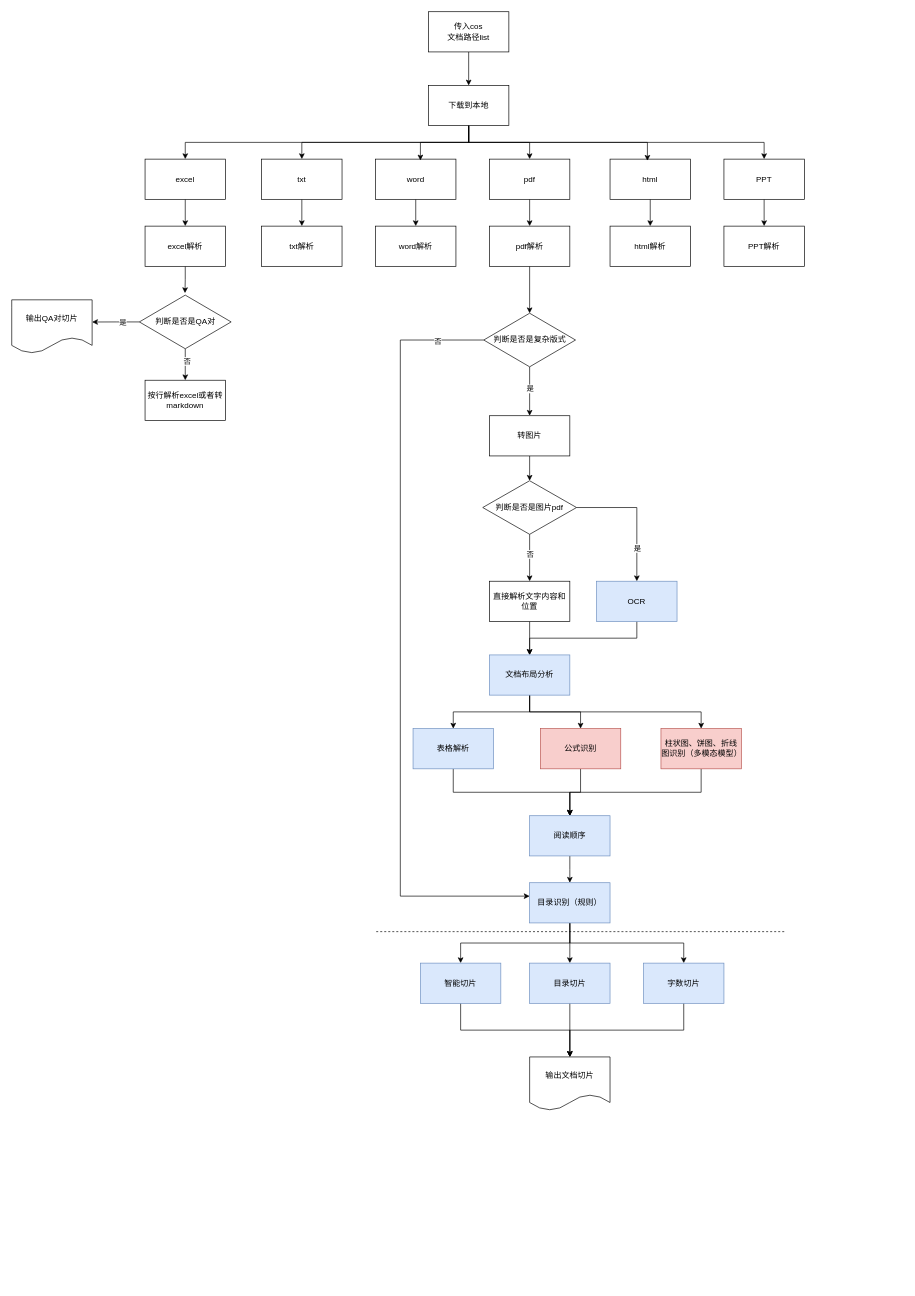
Before: Untitled Diagram.drawio in archwolf118/AI, a draw.io diagram. Source tidied: cells renumbered, new cells numbered last; positions are measured from the earlier drawing's top-left corner, leaving out a move shared by most shapes. Both pictures are drawn from the tidied source at 67%, with x=0, y=0 at pixel (11, 11).
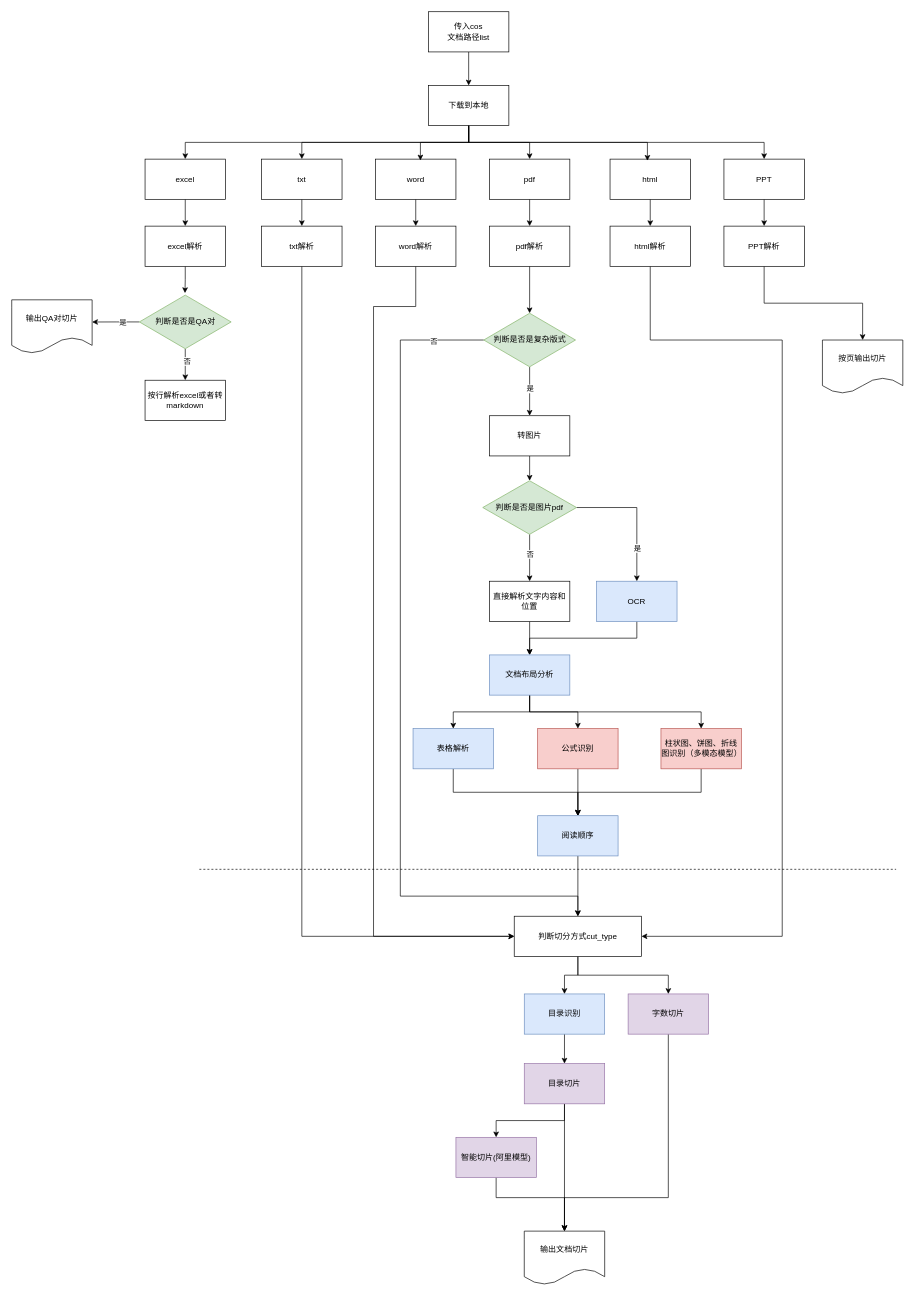
The same page after the edit.

Unchanged cells that the change refers to:
```xml
<mxCell id="49" value="html解析" style="rounded=0;whiteSpace=wrap;html=1;" parent="1" vertex="1">
  <mxGeometry x="893" y="320" width="120" height="60" as="geometry" />
</mxCell>
<mxCell id="50" value="PPT解析" style="rounded=0;whiteSpace=wrap;html=1;" parent="1" vertex="1">
  <mxGeometry x="1063" y="320" width="120" height="60" as="geometry" />
</mxCell>
<mxCell id="54" value="word解析" style="rounded=0;whiteSpace=wrap;html=1;" parent="1" vertex="1">
  <mxGeometry x="543" y="320" width="120" height="60" as="geometry" />
</mxCell>
<mxCell id="55" value="txt解析" style="rounded=0;whiteSpace=wrap;html=1;" parent="1" vertex="1">
  <mxGeometry x="373" y="320" width="120" height="60" as="geometry" />
</mxCell>
```

Diff of the diagram source:
```diff
@@
-    <mxCell id="29" value="判断是否是图片pdf" style="rhombus;whiteSpace=wrap;html=1;" parent="1" vertex="1">
+    <mxCell id="29" value="判断是否是图片pdf" style="rhombus;whiteSpace=wrap;html=1;fillColor=#d5e8d4;strokeColor=#82b366;" parent="1" vertex="1">
       <mxGeometry x="703" y="700" width="140" height="80" as="geometry" />
     </mxCell>
@@
     <mxCell id="41" value="公式识别" style="rounded=0;whiteSpace=wrap;html=1;fillColor=#f8cecc;strokeColor=#b85450;" parent="1" vertex="1">
-      <mxGeometry x="789" y="1070" width="120" height="60" as="geometry" />
+      <mxGeometry x="785" y="1070" width="120" height="60" as="geometry" />
     </mxCell>
@@
-    <mxCell id="48" value="判断是否是QA对" style="rhombus;whiteSpace=wrap;html=1;" parent="1" vertex="1">
+    <mxCell id="48" value="判断是否是QA对" style="rhombus;whiteSpace=wrap;html=1;fillColor=#d5e8d4;strokeColor=#82b366;" parent="1" vertex="1">
       <mxGeometry x="190.5" y="423" width="137" height="80" as="geometry" />
     </mxCell>
+    <mxCell id="78" style="edgeStyle=orthogonalEdgeStyle;rounded=0;jettySize=auto;html=1;exitX=0.5;exitY=1;exitDx=0;exitDy=0;entryX=1;entryY=0.5;entryDx=0;entryDy=0;" parent="1" edge="1" source="49" target="86">
+      <mxGeometry relative="1" as="geometry">
+        <Array as="points">
+          <mxPoint x="953" y="490" />
+          <mxPoint x="1150" y="490" />
+          <mxPoint x="1150" y="1380" />
+        </Array>
+      </mxGeometry>
+    </mxCell>
@@
+    <mxCell id="79" style="edgeStyle=orthogonalEdgeStyle;rounded=0;jettySize=auto;html=1;exitX=0.5;exitY=1;exitDx=0;exitDy=0;entryX=0.5;entryY=0;entryDx=0;entryDy=0;" parent="1" edge="1" source="50" target="87">
+      <mxGeometry relative="1" as="geometry" />
+    </mxCell>
@@
+    <mxCell id="80" style="edgeStyle=orthogonalEdgeStyle;rounded=0;jettySize=auto;html=1;exitX=0.5;exitY=1;exitDx=0;exitDy=0;entryX=0;entryY=0.5;entryDx=0;entryDy=0;" parent="1" edge="1" source="54" target="86">
+      <mxGeometry relative="1" as="geometry">
+        <Array as="points">
+          <mxPoint x="603" y="440" />
+          <mxPoint x="540" y="440" />
+          <mxPoint x="540" y="1380" />
+        </Array>
+      </mxGeometry>
+    </mxCell>
@@
+    <mxCell id="81" style="edgeStyle=orthogonalEdgeStyle;rounded=0;jettySize=auto;html=1;exitX=0.5;exitY=1;exitDx=0;exitDy=0;entryX=0;entryY=0.5;entryDx=0;entryDy=0;" parent="1" edge="1" source="55" target="86">
+      <mxGeometry relative="1" as="geometry" />
+    </mxCell>
@@
-    <mxCell id="56" style="edgeStyle=orthogonalEdgeStyle;rounded=0;jettySize=auto;html=1;exitX=0.5;exitY=1;exitDx=0;exitDy=0;" parent="1" edge="1" source="57">
-      <mxGeometry relative="1" as="geometry">
-        <mxPoint x="833" y="1300" as="targetPoint" />
-      </mxGeometry>
-    </mxCell>
+    <mxCell id="82" style="edgeStyle=orthogonalEdgeStyle;rounded=0;jettySize=auto;html=1;exitX=0.5;exitY=1;exitDx=0;exitDy=0;entryX=0.5;entryY=0;entryDx=0;entryDy=0;" parent="1" edge="1" source="57" target="86">
+      <mxGeometry relative="1" as="geometry" />
+    </mxCell>
     <mxCell id="57" value="阅读顺序" style="rounded=0;whiteSpace=wrap;html=1;fillColor=#dae8fc;strokeColor=#6c8ebf;" parent="1" vertex="1">
-      <mxGeometry x="773" y="1200" width="120" height="60" as="geometry" />
+      <mxGeometry x="785" y="1200" width="120" height="60" as="geometry" />
     </mxCell>
-    <mxCell id="58" style="edgeStyle=orthogonalEdgeStyle;rounded=0;jettySize=auto;html=1;exitX=0.5;exitY=1;exitDx=0;exitDy=0;entryX=0.5;entryY=0;entryDx=0;entryDy=0;" parent="1" edge="1" source="61" target="63">
-      <mxGeometry relative="1" as="geometry" />
-    </mxCell>
@@
-    <mxCell id="60" style="edgeStyle=orthogonalEdgeStyle;rounded=0;jettySize=auto;html=1;exitX=0.5;exitY=1;exitDx=0;exitDy=0;entryX=0.5;entryY=0;entryDx=0;entryDy=0;" parent="1" edge="1" source="61" target="67">
-      <mxGeometry relative="1" as="geometry" />
-    </mxCell>
-    <mxCell id="61" value="目录识别（规则&lt;span style=&quot;background-color: initial;&quot;&gt;）&lt;/span&gt;" style="rounded=0;whiteSpace=wrap;html=1;fillColor=#dae8fc;strokeColor=#6c8ebf;" parent="1" vertex="1">
-      <mxGeometry x="773" y="1300" width="120" height="60" as="geometry" />
+    <mxCell id="61" value="目录识别" style="rounded=0;whiteSpace=wrap;html=1;fillColor=#dae8fc;strokeColor=#6c8ebf;" parent="1" vertex="1">
+      <mxGeometry x="765" y="1466" width="120" height="60" as="geometry" />
     </mxCell>
     <mxCell id="62" style="edgeStyle=orthogonalEdgeStyle;rounded=0;jettySize=auto;html=1;exitX=0.5;exitY=1;exitDx=0;exitDy=0;entryX=0.5;entryY=0;entryDx=0;entryDy=0;" parent="1" edge="1" source="63" target="68">
-      <mxGeometry relative="1" as="geometry" />
+      <mxGeometry relative="1" as="geometry">
+        <Array as="points">
+          <mxPoint x="723" y="1770" />
+          <mxPoint x="825" y="1770" />
+        </Array>
+      </mxGeometry>
     </mxCell>
-    <mxCell id="63" value="智能切片" style="rounded=0;whiteSpace=wrap;html=1;fillColor=#dae8fc;strokeColor=#6c8ebf;" parent="1" vertex="1">
-      <mxGeometry x="610" y="1420" width="120" height="60" as="geometry" />
+    <mxCell id="63" value="智能切片(阿里模型)" style="rounded=0;whiteSpace=wrap;html=1;fillColor=#e1d5e7;strokeColor=#9673a6;" parent="1" vertex="1">
+      <mxGeometry x="663" y="1680" width="120" height="60" as="geometry" />
     </mxCell>
+    <mxCell id="83" style="edgeStyle=orthogonalEdgeStyle;rounded=0;jettySize=auto;html=1;exitX=0.5;exitY=1;exitDx=0;exitDy=0;entryX=0.5;entryY=0;entryDx=0;entryDy=0;" parent="1" edge="1" source="65" target="63">
+      <mxGeometry relative="1" as="geometry" />
+    </mxCell>
@@
-    <mxCell id="65" value="目录切片" style="rounded=0;whiteSpace=wrap;html=1;fillColor=#dae8fc;strokeColor=#6c8ebf;" parent="1" vertex="1">
-      <mxGeometry x="773" y="1420" width="120" height="60" as="geometry" />
+    <mxCell id="65" value="目录切片" style="rounded=0;whiteSpace=wrap;html=1;fillColor=#e1d5e7;strokeColor=#9673a6;" parent="1" vertex="1">
+      <mxGeometry x="765" y="1570" width="120" height="60" as="geometry" />
     </mxCell>
     <mxCell id="66" style="edgeStyle=orthogonalEdgeStyle;rounded=0;jettySize=auto;html=1;exitX=0.5;exitY=1;exitDx=0;exitDy=0;entryX=0.5;entryY=0;entryDx=0;entryDy=0;" parent="1" edge="1" source="67" target="68">
-      <mxGeometry relative="1" as="geometry" />
+      <mxGeometry relative="1" as="geometry">
+        <Array as="points">
+          <mxPoint x="980" y="1770" />
+          <mxPoint x="825" y="1770" />
+        </Array>
+      </mxGeometry>
     </mxCell>
-    <mxCell id="67" value="字数切片" style="rounded=0;whiteSpace=wrap;html=1;fillColor=#dae8fc;strokeColor=#6c8ebf;" parent="1" vertex="1">
-      <mxGeometry x="943" y="1420" width="120" height="60" as="geometry" />
+    <mxCell id="67" value="字数切片" style="rounded=0;whiteSpace=wrap;html=1;fillColor=#e1d5e7;strokeColor=#9673a6;" parent="1" vertex="1">
+      <mxGeometry x="920" y="1466" width="120" height="60" as="geometry" />
     </mxCell>
     <mxCell id="68" value="输出文档切片" style="shape=document;whiteSpace=wrap;html=1;boundedLbl=1;" parent="1" vertex="1">
-      <mxGeometry x="773" y="1560" width="120" height="80" as="geometry" />
+      <mxGeometry x="765" y="1820" width="120" height="80" as="geometry" />
     </mxCell>
@@
     <mxCell id="70" style="endArrow=none;dashed=1;html=1;rounded=0;" parent="1" edge="1">
       <mxGeometry relative="1" as="geometry">
-        <mxPoint x="544" y="1373" as="sourcePoint" />
-        <mxPoint x="1154" y="1373" as="targetPoint" />
+        <mxPoint x="280" y="1280" as="sourcePoint" />
+        <mxPoint x="1320" y="1280" as="targetPoint" />
       </mxGeometry>
     </mxCell>
@@
-    <mxCell id="73" style="edgeStyle=orthogonalEdgeStyle;rounded=0;jettySize=auto;html=1;exitX=0;exitY=0.5;exitDx=0;exitDy=0;entryX=0;entryY=0.5;entryDx=0;entryDy=0;" parent="1" edge="1" source="77">
+    <mxCell id="73" style="edgeStyle=orthogonalEdgeStyle;rounded=0;jettySize=auto;html=1;exitX=0;exitY=0.5;exitDx=0;exitDy=0;entryX=0.5;entryY=0;entryDx=0;entryDy=0;" parent="1" edge="1" source="77" target="86">
       <mxGeometry relative="1" as="geometry">
-        <mxPoint x="773" y="1320" as="targetPoint" />
         <Array as="points">
           <mxPoint x="580" y="490" />
           <mxPoint x="580" y="1320" />
+          <mxPoint x="845" y="1320" />
         </Array>
       </mxGeometry>
     </mxCell>
@@
-    <mxCell id="77" value="判断是否是复杂版式" style="rhombus;whiteSpace=wrap;html=1;" parent="1" vertex="1">
+    <mxCell id="77" value="判断是否是复杂版式" style="rhombus;whiteSpace=wrap;html=1;fillColor=#d5e8d4;strokeColor=#82b366;" parent="1" vertex="1">
       <mxGeometry x="704.5" y="450" width="137" height="80" as="geometry" />
     </mxCell>
+    <mxCell id="84" style="edgeStyle=orthogonalEdgeStyle;rounded=0;jettySize=auto;html=1;exitX=0.5;exitY=1;exitDx=0;exitDy=0;entryX=0.5;entryY=0;entryDx=0;entryDy=0;" parent="1" edge="1" source="86" target="61">
+      <mxGeometry relative="1" as="geometry" />
+    </mxCell>
+    <mxCell id="85" style="edgeStyle=orthogonalEdgeStyle;rounded=0;jettySize=auto;html=1;exitX=0.5;exitY=1;exitDx=0;exitDy=0;entryX=0.5;entryY=0;entryDx=0;entryDy=0;" parent="1" edge="1" source="86" target="67">
+      <mxGeometry relative="1" as="geometry" />
+    </mxCell>
+    <mxCell id="86" value="判断切分方式cut_type" style="rounded=0;whiteSpace=wrap;html=1;" parent="1" vertex="1">
+      <mxGeometry x="750" y="1350" width="190" height="60" as="geometry" />
+    </mxCell>
+    <mxCell id="87" value="按页输出切片" style="shape=document;whiteSpace=wrap;html=1;boundedLbl=1;" parent="1" vertex="1">
+      <mxGeometry x="1210" y="490" width="120" height="80" as="geometry" />
+    </mxCell>
```
